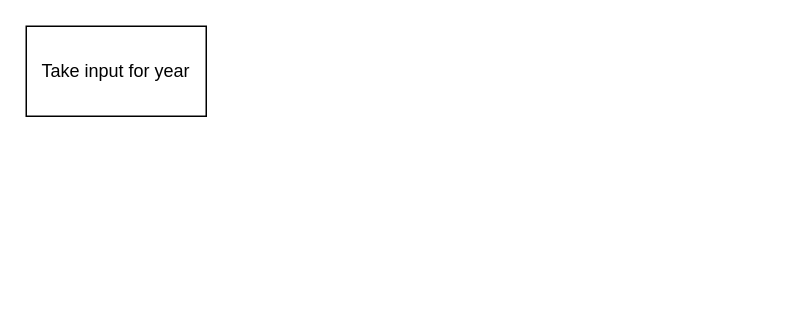
Before: page "Page-1" (1 of 2) of Calendarcreator.drawio in Alecstites1997/Calendar-Creator, a draw.io diagram. Source tidied: cells renumbered, new cells numbered last; positions are measured from the earlier drawing's top-left corner, leaving out a move shared by most shapes. Both pictures are drawn from the tidied source at 150%, with x=0, y=0 at pixel (26, 26).
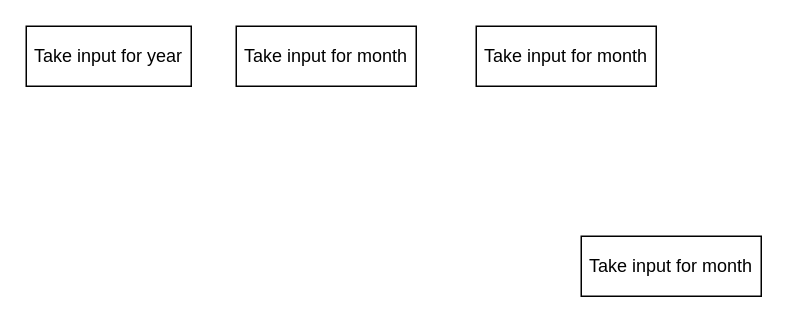
After the change.

Change to the diagram source:
```diff
@@
 <mxGraphModel>
   <root>
     <mxCell id="0" />
     <mxCell id="1" parent="0" />
     <mxCell id="2" value="Take input for year" style="rounded=0;whiteSpace=wrap;html=1;" parent="1" vertex="1">
-      <mxGeometry width="120" height="60" as="geometry" />
+      <mxGeometry width="110" height="40" as="geometry" />
     </mxCell>
+    <mxCell id="3" value="Take input for month" style="rounded=0;whiteSpace=wrap;html=1;" parent="1" vertex="1">
+      <mxGeometry x="140" width="120" height="40" as="geometry" />
+    </mxCell>
+    <mxCell id="4" value="Take input for month" style="rounded=0;whiteSpace=wrap;html=1;" parent="1" vertex="1">
+      <mxGeometry x="300" width="120" height="40" as="geometry" />
+    </mxCell>
+    <mxCell id="5" value="Take input for month" style="rounded=0;whiteSpace=wrap;html=1;" parent="1" vertex="1">
+      <mxGeometry x="370" y="140" width="120" height="40" as="geometry" />
+    </mxCell>
   </root>
 </mxGraphModel>
```
